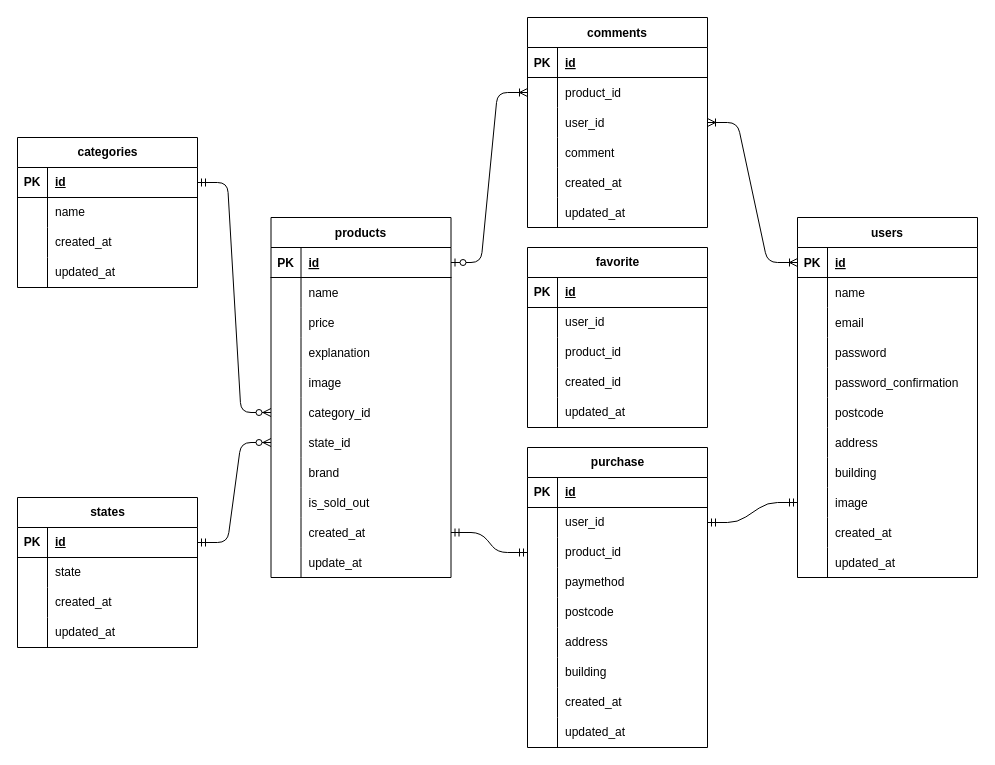
Above: src/.dio in ykaho929/Test-Fleamarket (draw.io), before the change. Source tidied: cells renumbered, new cells numbered last; positions are measured from the earlier drawing's top-left corner, leaving out a move shared by most shapes. Both pictures are drawn from the tidied source at 100%, with x=0, y=0 at pixel (17, 17).
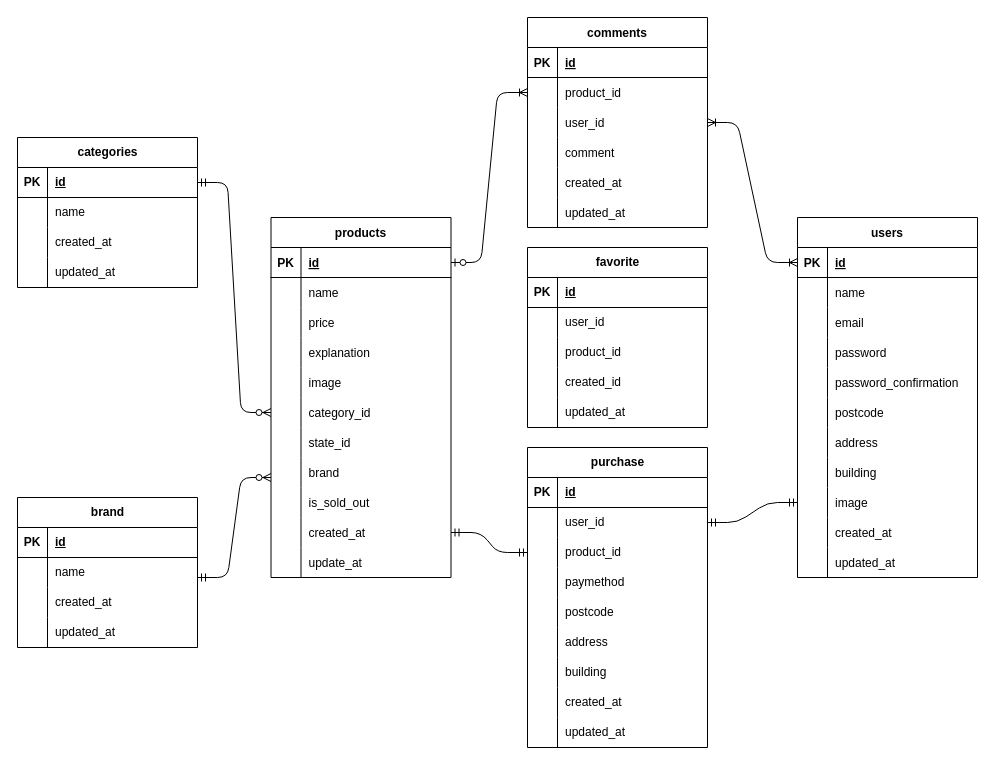
After the change.

The change refers to these unchanged cells:
```xml
<mxCell id="21" style="shape=tableRow;horizontal=0;startSize=0;swimlaneHead=0;swimlaneBody=0;fillColor=none;points=[[0,0.5],[1,0.5]];portConstraint=eastwest;top=0;left=0;right=0;bottom=0;" parent="2" vertex="1">
  <mxGeometry y="210" width="180" height="30" as="geometry" />
</mxCell>
<mxCell id="69" style="shape=tableRow;horizontal=0;startSize=0;swimlaneHead=0;swimlaneBody=0;fillColor=none;points=[[0,0.5],[1,0.5]];portConstraint=eastwest;top=0;left=0;right=0;bottom=1;" parent="68" vertex="1">
  <mxGeometry y="30" width="180" height="30" as="geometry" />
</mxCell>
<mxCell id="72" style="shape=tableRow;horizontal=0;startSize=0;swimlaneHead=0;swimlaneBody=0;fillColor=none;top=0;left=0;right=0;bottom=0;" parent="68" vertex="1">
  <mxGeometry y="60" width="180" height="30" as="geometry" />
</mxCell>
```

What changed in the source:
```diff
@@
-    <mxCell id="68" value="states" style="shape=table;startSize=30;childLayout=tableLayout;rowLines=0;fontStyle=1;align=center;html=1;" parent="1" vertex="1">
+    <mxCell id="68" value="brand" style="shape=table;startSize=30;childLayout=tableLayout;rowLines=0;fontStyle=1;align=center;html=1;" parent="1" vertex="1">
       <mxGeometry y="480" width="180" height="150" as="geometry" />
     </mxCell>
@@
-    <mxCell id="74" value="state" style="shape=partialRectangle;fillColor=none;top=0;left=0;bottom=0;right=0;align=left;spacingLeft=6;overflow=hidden;whiteSpace=wrap;html=1;" parent="72" vertex="1">
+    <mxCell id="74" value="name" style="shape=partialRectangle;fillColor=none;top=0;left=0;bottom=0;right=0;align=left;spacingLeft=6;overflow=hidden;whiteSpace=wrap;html=1;" parent="72" vertex="1">
       <mxGeometry x="30" width="150" height="30" as="geometry" />
     </mxCell>
@@
-    <mxCell id="144" style="edgeStyle=entityRelationEdgeStyle;fontSize=12;html=1;endArrow=ERzeroToMany;startArrow=ERmandOne;exitX=1;exitY=0.5;exitDx=0;exitDy=0;entryX=0;entryY=0.5;entryDx=0;entryDy=0;" parent="1" edge="1" source="69" target="21">
+    <mxCell id="144" style="edgeStyle=entityRelationEdgeStyle;fontSize=12;html=1;endArrow=ERzeroToMany;startArrow=ERmandOne;exitX=1;exitY=0.5;exitDx=0;exitDy=0;entryX=0;entryY=0.5;entryDx=0;entryDy=0;" parent="1" edge="1">
       <mxGeometry relative="1" as="geometry">
+        <mxPoint x="180" y="560" as="sourcePoint" />
+        <mxPoint x="253.5" y="460" as="targetPoint" />
         <Array as="points">
-          <mxPoint x="160" y="60" />
+          <mxPoint x="160" y="95" />
         </Array>
       </mxGeometry>
     </mxCell>
```
